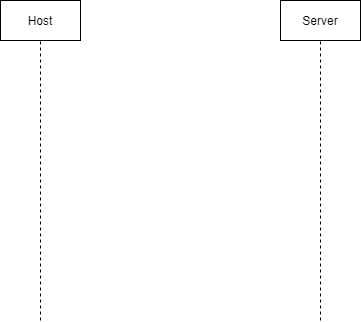
Earlier version of the draw.io export ServerClientProtocol.png (Viquiz/ServerClientProtocol). Source tidied: cells renumbered, new cells last; positions are measured from the earlier drawing's top-left corner, leaving out a move shared by most shapes. Its diagram source:
```xml
<mxGraphModel>
  <root>
    <mxCell id="0" />
    <mxCell id="1" parent="0" />
    <mxCell id="2" value="Host" style="rounded=0;whiteSpace=wrap;html=1;" parent="1" vertex="1">
      <mxGeometry width="80" height="40" as="geometry" />
    </mxCell>
    <mxCell id="3" value="Server" style="rounded=0;whiteSpace=wrap;html=1;" parent="1" vertex="1">
      <mxGeometry x="280" width="80" height="40" as="geometry" />
    </mxCell>
    <mxCell id="4" style="endArrow=none;dashed=1;html=1;entryX=0.5;entryY=1;entryDx=0;entryDy=0;" parent="1" edge="1" target="2">
      <mxGeometry relative="1" as="geometry">
        <mxPoint x="40" y="320" as="sourcePoint" />
      </mxGeometry>
    </mxCell>
    <mxCell id="5" style="endArrow=none;dashed=1;html=1;entryX=0.5;entryY=1;entryDx=0;entryDy=0;" parent="1" edge="1" target="3">
      <mxGeometry relative="1" as="geometry">
        <mxPoint x="320" y="320" as="sourcePoint" />
      </mxGeometry>
    </mxCell>
  </root>
</mxGraphModel>
```
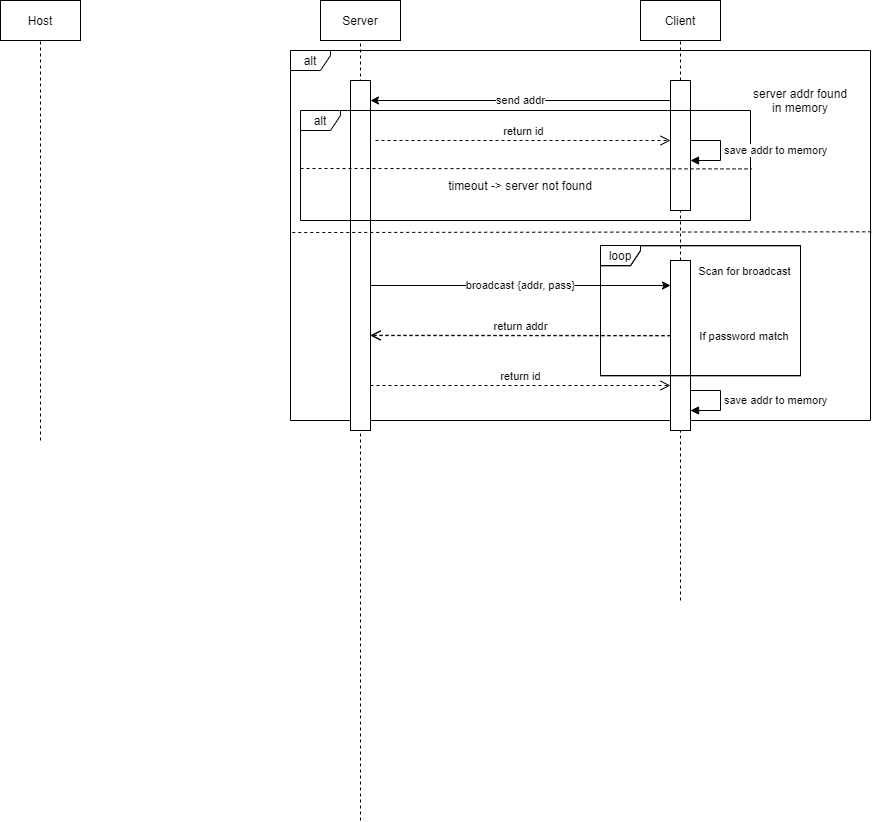
The same file after the commit.

Change to the diagram source:
```diff
@@ -2,21 +2,137 @@
   <root>
     <mxCell id="0" />
     <mxCell id="1" parent="0" />
+    <mxCell id="6" value="alt" style="shape=umlFrame;whiteSpace=wrap;html=1;width=40;height=20;" parent="1" vertex="1">
+      <mxGeometry x="210" y="50" width="580" height="370" as="geometry" />
+    </mxCell>
     <mxCell id="2" value="Host" style="rounded=0;whiteSpace=wrap;html=1;" parent="1" vertex="1">
-      <mxGeometry width="80" height="40" as="geometry" />
+      <mxGeometry x="-80" width="80" height="40" as="geometry" />
     </mxCell>
     <mxCell id="3" value="Server" style="rounded=0;whiteSpace=wrap;html=1;" parent="1" vertex="1">
-      <mxGeometry x="280" width="80" height="40" as="geometry" />
+      <mxGeometry x="240" width="80" height="40" as="geometry" />
     </mxCell>
     <mxCell id="4" style="endArrow=none;dashed=1;html=1;entryX=0.5;entryY=1;entryDx=0;entryDy=0;" parent="1" edge="1" target="2">
       <mxGeometry relative="1" as="geometry">
-        <mxPoint x="40" y="320" as="sourcePoint" />
+        <mxPoint x="-40" y="440" as="sourcePoint" />
       </mxGeometry>
     </mxCell>
     <mxCell id="5" style="endArrow=none;dashed=1;html=1;entryX=0.5;entryY=1;entryDx=0;entryDy=0;" parent="1" edge="1" target="3">
       <mxGeometry relative="1" as="geometry">
-        <mxPoint x="320" y="320" as="sourcePoint" />
+        <mxPoint x="280" y="820" as="sourcePoint" />
       </mxGeometry>
     </mxCell>
+    <mxCell id="7" value="Client" style="rounded=0;whiteSpace=wrap;html=1;" parent="1" vertex="1">
+      <mxGeometry x="560" width="80" height="40" as="geometry" />
+    </mxCell>
+    <mxCell id="8" style="endArrow=none;dashed=1;html=1;entryX=0.5;entryY=1;entryDx=0;entryDy=0;startArrow=none;" parent="1" edge="1" source="13" target="7">
+      <mxGeometry relative="1" as="geometry" />
+    </mxCell>
+    <mxCell id="9" style="rounded=0;whiteSpace=wrap;html=1;" parent="1" vertex="1">
+      <mxGeometry x="270" y="80" width="20" height="350" as="geometry" />
+    </mxCell>
+    <mxCell id="10" style="rounded=0;whiteSpace=wrap;html=1;" parent="1" vertex="1">
+      <mxGeometry x="590" y="80" width="20" height="130" as="geometry" />
+    </mxCell>
+    <mxCell id="11" style="endArrow=none;dashed=1;html=1;exitX=0.003;exitY=0.492;exitDx=0;exitDy=0;exitPerimeter=0;entryX=1.002;entryY=0.49;entryDx=0;entryDy=0;entryPerimeter=0;" parent="1" edge="1" source="6" target="6">
+      <mxGeometry relative="1" as="geometry" />
+    </mxCell>
+    <mxCell id="12" value="server addr found in memory" style="text;html=1;strokeColor=none;fillColor=none;align=center;verticalAlign=middle;whiteSpace=wrap;rounded=0;" parent="1" vertex="1">
+      <mxGeometry x="670" y="80" width="100" height="40" as="geometry" />
+    </mxCell>
+    <mxCell id="13" style="rounded=0;whiteSpace=wrap;html=1;" parent="1" vertex="1">
+      <mxGeometry x="590" y="260" width="20" height="170" as="geometry" />
+    </mxCell>
+    <mxCell id="14" style="endArrow=none;dashed=1;html=1;entryX=0.5;entryY=1;entryDx=0;entryDy=0;" parent="1" edge="1" target="13">
+      <mxGeometry relative="1" as="geometry">
+        <mxPoint x="600" y="600" as="sourcePoint" />
+      </mxGeometry>
+    </mxCell>
+    <mxCell id="15" value="send addr" style="endArrow=classic;html=1;" parent="1" edge="1">
+      <mxGeometry relative="1" as="geometry">
+        <mxPoint x="590" y="100" as="sourcePoint" />
+        <mxPoint x="290" y="100" as="targetPoint" />
+      </mxGeometry>
+    </mxCell>
+    <mxCell id="16" style="group;" parent="1" vertex="1">
+      <mxGeometry x="290" y="325.3" width="456.5" height="50" as="geometry" />
+    </mxCell>
+    <mxCell id="17" value="return addr" style="html=1;verticalAlign=bottom;endArrow=open;dashed=1;endSize=8;" parent="16" edge="1">
+      <mxGeometry relative="1" as="geometry">
+        <mxPoint x="300" y="10" as="sourcePoint" />
+        <mxPoint y="9.8" as="targetPoint" />
+      </mxGeometry>
+    </mxCell>
+    <mxCell id="18" value="&lt;span style=&quot;font-size: 11px ; background-color: rgb(255 , 255 , 255)&quot;&gt;If password match&lt;/span&gt;" style="text;html=1;strokeColor=none;fillColor=none;align=center;verticalAlign=middle;whiteSpace=wrap;rounded=0;" parent="16" vertex="1">
+      <mxGeometry x="316.3" width="115.7" height="20" as="geometry" />
+    </mxCell>
+    <mxCell id="19" value="loop" style="shape=umlFrame;whiteSpace=wrap;html=1;width=40;height=20;" parent="16" vertex="1">
+      <mxGeometry x="230" y="-80" width="200" height="130" as="geometry" />
+    </mxCell>
+    <mxCell id="20" style="group;" parent="16" vertex="1">
+      <mxGeometry y="-0.3" width="456.5" height="50" as="geometry" />
+    </mxCell>
+    <mxCell id="21" value="loop" style="shape=umlFrame;whiteSpace=wrap;html=1;width=40;height=20;" parent="20" vertex="1">
+      <mxGeometry x="230" y="-80" width="200" height="130" as="geometry" />
+    </mxCell>
+    <mxCell id="22" value="return addr" style="html=1;verticalAlign=bottom;endArrow=open;dashed=1;endSize=8;" parent="20" edge="1">
+      <mxGeometry relative="1" as="geometry">
+        <mxPoint x="300" y="10" as="sourcePoint" />
+        <mxPoint y="9.8" as="targetPoint" />
+      </mxGeometry>
+    </mxCell>
+    <mxCell id="23" value="&lt;span style=&quot;font-size: 11px ; background-color: rgb(255 , 255 , 255)&quot;&gt;If password match&lt;/span&gt;" style="text;html=1;strokeColor=none;fillColor=none;align=center;verticalAlign=middle;whiteSpace=wrap;rounded=0;" parent="20" vertex="1">
+      <mxGeometry x="316.3" width="115.7" height="20" as="geometry" />
+    </mxCell>
+    <mxCell id="24" value="&lt;span style=&quot;font-size: 11px ; background-color: rgb(255 , 255 , 255)&quot;&gt;Scan for broadcast&lt;/span&gt;" style="text;html=1;strokeColor=none;fillColor=none;align=center;verticalAlign=middle;whiteSpace=wrap;rounded=0;" parent="20" vertex="1">
+      <mxGeometry x="316.3" y="-65" width="117" height="20" as="geometry" />
+    </mxCell>
+    <mxCell id="25" value="return id" style="html=1;verticalAlign=bottom;endArrow=open;dashed=1;endSize=8;" parent="16" edge="1">
+      <mxGeometry relative="1" as="geometry">
+        <mxPoint y="59.7" as="sourcePoint" />
+        <mxPoint x="300" y="59.7" as="targetPoint" />
+      </mxGeometry>
+    </mxCell>
+    <mxCell id="26" value="broadcast {addr, pass}" style="endArrow=classic;html=1;" parent="16" edge="1">
+      <mxGeometry relative="1" as="geometry">
+        <mxPoint y="-40.3" as="sourcePoint" />
+        <mxPoint x="300" y="-40.3" as="targetPoint" />
+      </mxGeometry>
+    </mxCell>
+    <mxCell id="27" value="save addr to memory" style="edgeStyle=orthogonalEdgeStyle;html=1;align=left;spacingLeft=2;endArrow=block;rounded=0;" parent="1" edge="1">
+      <mxGeometry relative="1" as="geometry">
+        <mxPoint x="610" y="390" as="sourcePoint" />
+        <mxPoint x="610" y="410" as="targetPoint" />
+        <Array as="points">
+          <mxPoint x="640" y="390" />
+        </Array>
+      </mxGeometry>
+    </mxCell>
+    <mxCell id="28" style="group;" parent="1" vertex="1">
+      <mxGeometry x="220" y="110" width="450" height="110" as="geometry" />
+    </mxCell>
+    <mxCell id="29" value="alt" style="shape=umlFrame;whiteSpace=wrap;html=1;width=40;height=20;" parent="28" vertex="1">
+      <mxGeometry width="450" height="110" as="geometry" />
+    </mxCell>
+    <mxCell id="30" style="endArrow=none;dashed=1;html=1;exitX=0;exitY=0.527;exitDx=0;exitDy=0;exitPerimeter=0;entryX=1.003;entryY=0.531;entryDx=0;entryDy=0;entryPerimeter=0;" parent="28" edge="1" source="29" target="29">
+      <mxGeometry relative="1" as="geometry" />
+    </mxCell>
+    <mxCell id="31" value="return id" style="html=1;verticalAlign=bottom;endArrow=open;dashed=1;endSize=8;" parent="28" edge="1">
+      <mxGeometry relative="1" as="geometry">
+        <mxPoint x="75" y="30" as="sourcePoint" />
+        <mxPoint x="370" y="30" as="targetPoint" />
+      </mxGeometry>
+    </mxCell>
+    <mxCell id="32" value="timeout -&amp;gt; server not found" style="text;html=1;strokeColor=none;fillColor=none;align=center;verticalAlign=middle;whiteSpace=wrap;rounded=0;" parent="28" vertex="1">
+      <mxGeometry x="70" y="60" width="300" height="30" as="geometry" />
+    </mxCell>
+    <mxCell id="33" value="save addr to memory" style="edgeStyle=orthogonalEdgeStyle;html=1;align=left;spacingLeft=2;endArrow=block;rounded=0;" parent="28" edge="1">
+      <mxGeometry relative="1" as="geometry">
+        <mxPoint x="390" y="30" as="sourcePoint" />
+        <mxPoint x="390" y="50" as="targetPoint" />
+        <Array as="points">
+          <mxPoint x="420" y="30" />
+        </Array>
+      </mxGeometry>
+    </mxCell>
   </root>
 </mxGraphModel>
```
